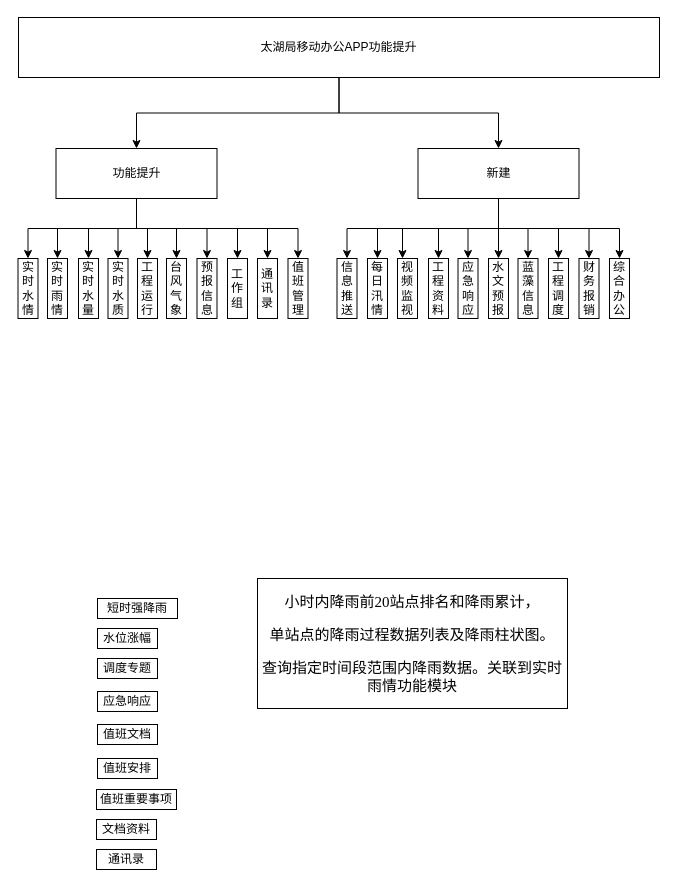
This is APP_NEW_new.drawio from marx8559/wavenet, a draw.io file, before an edit. Source tidied: cells renumbered, new cells numbered last; positions are measured from the earlier drawing's top-left corner, leaving out a move shared by most shapes. Both pictures are drawn from the tidied source at 100%, with x=0, y=0 at pixel (18, 17).
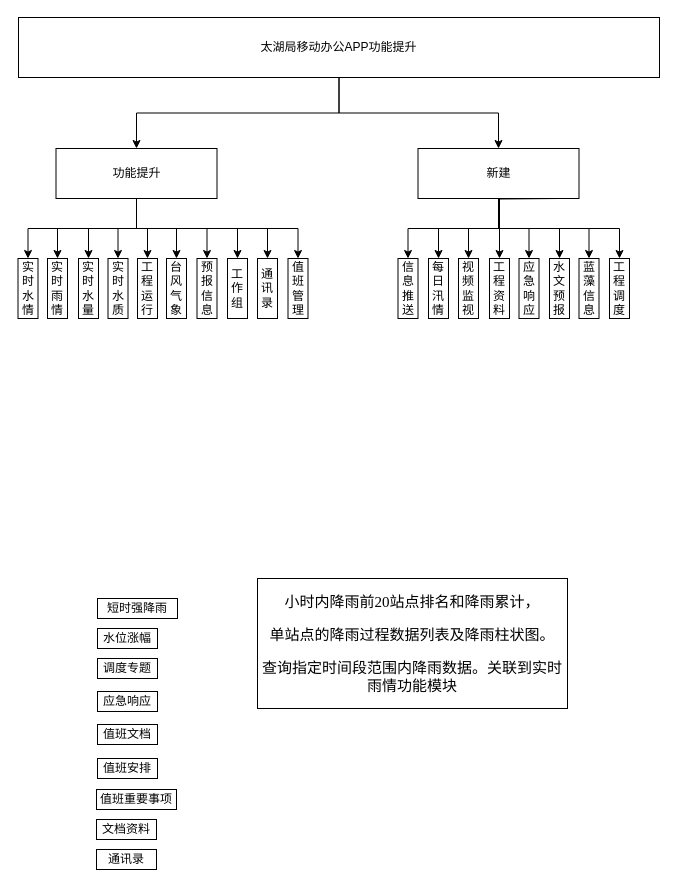
Above is the later version.

The change refers to these unchanged cells:
```xml
<mxCell id="46" value="新建" style="rounded=0;whiteSpace=wrap;html=1;" parent="1" vertex="1">
  <mxGeometry x="399.5" y="131" width="161" height="50" as="geometry" />
</mxCell>
```

Change to the diagram source:
```diff
@@
     <mxCell id="13" value="工程资料" style="rounded=0;whiteSpace=wrap;html=1;" parent="1" vertex="1">
-      <mxGeometry x="410" y="241" width="20" height="60" as="geometry" />
+      <mxGeometry x="471" y="241" width="20" height="60" as="geometry" />
     </mxCell>
     <mxCell id="14" value="视频监视" style="rounded=0;whiteSpace=wrap;html=1;" parent="1" vertex="1">
-      <mxGeometry x="379" y="241" width="20" height="60" as="geometry" />
+      <mxGeometry x="440" y="241" width="20" height="60" as="geometry" />
     </mxCell>
     <mxCell id="15" value="每日汛情" style="rounded=0;whiteSpace=wrap;html=1;" parent="1" vertex="1">
-      <mxGeometry x="349" y="241" width="20" height="60" as="geometry" />
+      <mxGeometry x="410" y="241" width="20" height="60" as="geometry" />
     </mxCell>
@@
     <mxCell id="22" value="信息推送" style="rounded=0;whiteSpace=wrap;html=1;" parent="1" vertex="1">
-      <mxGeometry x="318.5" y="241" width="20" height="60" as="geometry" />
+      <mxGeometry x="379.5" y="241" width="20" height="60" as="geometry" />
     </mxCell>
@@
-    <mxCell id="36" style="edgeStyle=orthogonalEdgeStyle;rounded=0;jettySize=auto;html=1;entryX=0.5;entryY=0;entryDx=0;entryDy=0;" parent="1" edge="1" source="46" target="22">
-      <mxGeometry relative="1" as="geometry">
-        <Array as="points">
-          <mxPoint x="480" y="211" />
-          <mxPoint x="329" y="211" />
-        </Array>
-      </mxGeometry>
-    </mxCell>
-    <mxCell id="37" style="edgeStyle=orthogonalEdgeStyle;rounded=0;jettySize=auto;html=1;entryX=0.5;entryY=0;entryDx=0;entryDy=0;" parent="1" edge="1" source="46" target="15">
-      <mxGeometry relative="1" as="geometry">
-        <Array as="points">
-          <mxPoint x="480" y="211" />
-          <mxPoint x="359" y="211" />
-        </Array>
-      </mxGeometry>
-    </mxCell>
-    <mxCell id="38" style="edgeStyle=orthogonalEdgeStyle;rounded=0;jettySize=auto;html=1;entryX=0.25;entryY=0;entryDx=0;entryDy=0;" parent="1" edge="1" source="46" target="14">
-      <mxGeometry relative="1" as="geometry">
-        <Array as="points">
-          <mxPoint x="480" y="211" />
-          <mxPoint x="384" y="211" />
-        </Array>
-      </mxGeometry>
-    </mxCell>
-    <mxCell id="39" style="edgeStyle=orthogonalEdgeStyle;rounded=0;jettySize=auto;html=1;entryX=0.5;entryY=0;entryDx=0;entryDy=0;" parent="1" edge="1" source="46" target="13">
-      <mxGeometry relative="1" as="geometry" />
+    <mxCell id="39" style="edgeStyle=orthogonalEdgeStyle;rounded=0;jettySize=auto;html=1;entryX=0.5;entryY=0;entryDx=0;entryDy=0;" parent="1" edge="1" target="13">
+      <mxGeometry relative="1" as="geometry">
+        <mxPoint x="541" y="181" as="sourcePoint" />
+      </mxGeometry>
     </mxCell>
+    <mxCell id="42" style="edgeStyle=orthogonalEdgeStyle;rounded=0;jettySize=auto;html=1;entryX=0.5;entryY=0;entryDx=0;entryDy=0;" parent="1" edge="1" target="54">
+      <mxGeometry relative="1" as="geometry">
+        <mxPoint x="541" y="181" as="sourcePoint" />
+        <Array as="points">
+          <mxPoint x="480" y="181" />
+          <mxPoint x="480" y="211" />
+          <mxPoint x="571" y="211" />
+        </Array>
+      </mxGeometry>
+    </mxCell>
+    <mxCell id="43" style="edgeStyle=orthogonalEdgeStyle;rounded=0;jettySize=auto;html=1;entryX=0.5;entryY=0;entryDx=0;entryDy=0;" parent="1" edge="1" target="53">
+      <mxGeometry relative="1" as="geometry">
+        <mxPoint x="541" y="181" as="sourcePoint" />
+        <Array as="points">
+          <mxPoint x="480" y="181" />
+          <mxPoint x="480" y="211" />
+          <mxPoint x="601" y="211" />
+        </Array>
+      </mxGeometry>
+    </mxCell>
@@
-    <mxCell id="41" style="edgeStyle=orthogonalEdgeStyle;rounded=0;jettySize=auto;html=1;" parent="1" edge="1" source="46" target="55">
+    <mxCell id="41" style="edgeStyle=orthogonalEdgeStyle;rounded=0;jettySize=auto;html=1;entryX=0.5;entryY=0;entryDx=0;entryDy=0;" parent="1" edge="1" source="46" target="55">
       <mxGeometry relative="1" as="geometry" />
     </mxCell>
-    <mxCell id="42" style="edgeStyle=orthogonalEdgeStyle;rounded=0;jettySize=auto;html=1;entryX=0.5;entryY=0;entryDx=0;entryDy=0;" parent="1" edge="1" source="46" target="54">
-      <mxGeometry relative="1" as="geometry" />
-    </mxCell>
-    <mxCell id="43" style="edgeStyle=orthogonalEdgeStyle;rounded=0;jettySize=auto;html=1;entryX=0.5;entryY=0;entryDx=0;entryDy=0;" parent="1" edge="1" source="46" target="53">
-      <mxGeometry relative="1" as="geometry" />
-    </mxCell>
-    <mxCell id="44" style="edgeStyle=orthogonalEdgeStyle;rounded=0;jettySize=auto;html=1;entryX=0.5;entryY=0;entryDx=0;entryDy=0;" parent="1" edge="1" source="46" target="52">
-      <mxGeometry relative="1" as="geometry" />
-    </mxCell>
-    <mxCell id="45" style="edgeStyle=orthogonalEdgeStyle;rounded=0;jettySize=auto;html=1;entryX=0.5;entryY=0;entryDx=0;entryDy=0;" parent="1" edge="1" source="46" target="56">
-      <mxGeometry relative="1" as="geometry">
-        <Array as="points">
-          <mxPoint x="480" y="211" />
-          <mxPoint x="601" y="211" />
-        </Array>
-      </mxGeometry>
-    </mxCell>
+    <mxCell id="38" style="edgeStyle=orthogonalEdgeStyle;rounded=0;jettySize=auto;html=1;entryX=0.5;entryY=0;entryDx=0;entryDy=0;" parent="1" edge="1" source="46" target="14">
+      <mxGeometry relative="1" as="geometry" />
+    </mxCell>
+    <mxCell id="37" style="edgeStyle=orthogonalEdgeStyle;rounded=0;jettySize=auto;html=1;entryX=0.5;entryY=0;entryDx=0;entryDy=0;" parent="1" edge="1" source="46" target="15">
+      <mxGeometry relative="1" as="geometry" />
+    </mxCell>
+    <mxCell id="36" style="edgeStyle=orthogonalEdgeStyle;rounded=0;jettySize=auto;html=1;entryX=0.5;entryY=0;entryDx=0;entryDy=0;" parent="1" edge="1" source="46" target="22">
+      <mxGeometry relative="1" as="geometry" />
+    </mxCell>
@@
     <mxCell id="51" value="应急响应" style="rounded=0;whiteSpace=wrap;html=1;" parent="1" vertex="1">
-      <mxGeometry x="439.5" y="241" width="20" height="60" as="geometry" />
+      <mxGeometry x="500.5" y="241" width="20" height="60" as="geometry" />
     </mxCell>
-    <mxCell id="52" value="财务报销" style="rounded=0;whiteSpace=wrap;html=1;" parent="1" vertex="1">
-      <mxGeometry x="560.5" y="241" width="20" height="60" as="geometry" />
-    </mxCell>
     <mxCell id="53" value="工程调度" style="rounded=0;whiteSpace=wrap;html=1;" parent="1" vertex="1">
-      <mxGeometry x="530" y="241" width="20" height="60" as="geometry" />
+      <mxGeometry x="591" y="241" width="20" height="60" as="geometry" />
     </mxCell>
     <mxCell id="54" value="蓝藻信息" style="rounded=0;whiteSpace=wrap;html=1;" parent="1" vertex="1">
-      <mxGeometry x="499.5" y="241" width="20" height="60" as="geometry" />
+      <mxGeometry x="560.5" y="241" width="20" height="60" as="geometry" />
     </mxCell>
     <mxCell id="55" value="水文预报" style="rounded=0;whiteSpace=wrap;html=1;" parent="1" vertex="1">
-      <mxGeometry x="470" y="241" width="20" height="60" as="geometry" />
+      <mxGeometry x="531" y="241" width="20" height="60" as="geometry" />
     </mxCell>
-    <mxCell id="56" value="综合办公" style="rounded=0;whiteSpace=wrap;html=1;" parent="1" vertex="1">
-      <mxGeometry x="591" y="241" width="20" height="60" as="geometry" />
-    </mxCell>
```
